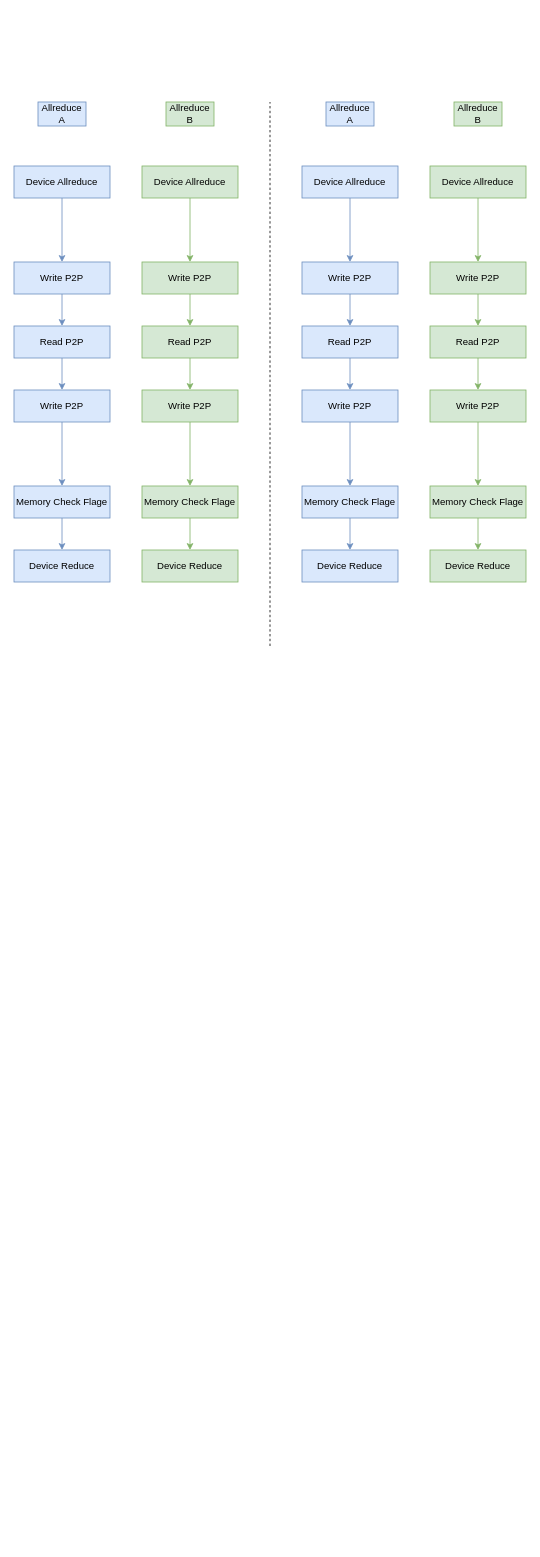
Earlier version of the draw.io diagram TCCL/DeviceSyncBlock.drawio (BEYHHH/SBLP). Source tidied: cells renumbered, new cells numbered last; positions are measured from the earlier drawing's top-left corner, leaving out a move shared by most shapes. Both pictures are drawn from the tidied source at 80%, with x=0, y=0 at pixel (14, 102).
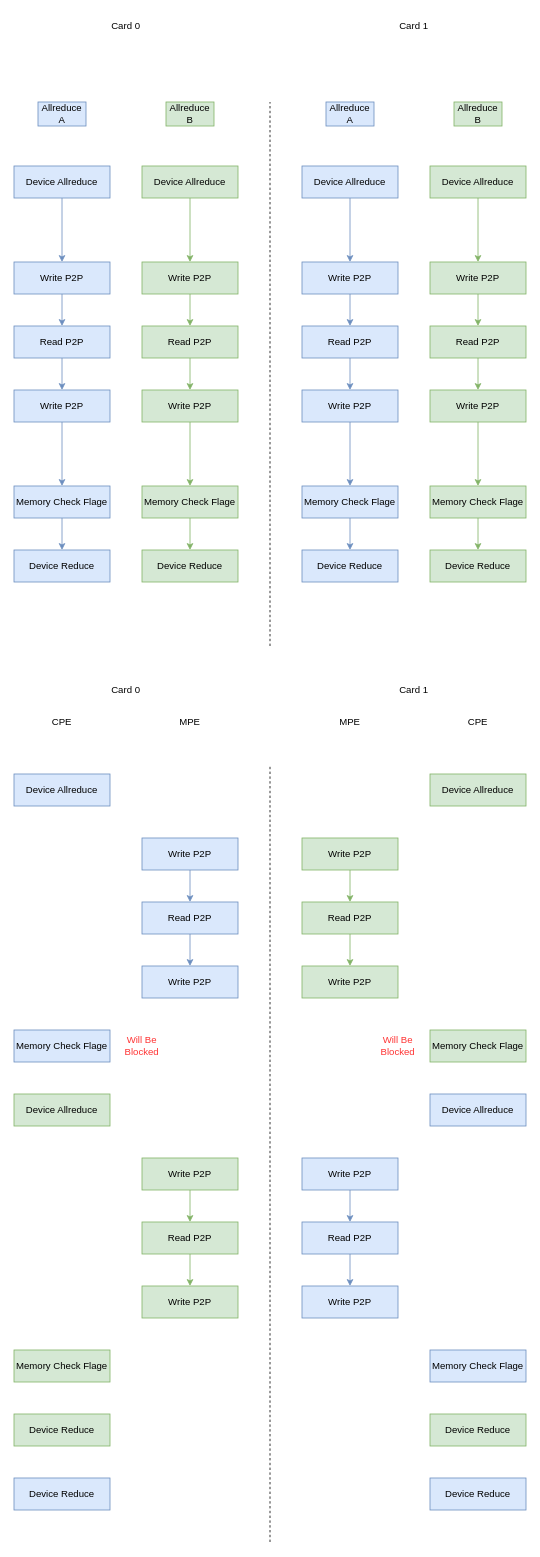
After the change.

The edit, as a diff of the source:
```diff
@@
+    <mxCell id="51" value="Card 0" style="text;html=1;strokeColor=none;fillColor=none;align=center;verticalAlign=middle;whiteSpace=wrap;rounded=0;" parent="1" vertex="1">
+      <mxGeometry x="110" y="-110" width="60" height="30" as="geometry" />
+    </mxCell>
+    <mxCell id="52" value="Card 1" style="text;html=1;strokeColor=none;fillColor=none;align=center;verticalAlign=middle;whiteSpace=wrap;rounded=0;" parent="1" vertex="1">
+      <mxGeometry x="470" y="-110" width="60" height="30" as="geometry" />
+    </mxCell>
+    <mxCell id="53" style="endArrow=none;dashed=1;html=1;rounded=0;" parent="1" edge="1">
+      <mxGeometry relative="1" as="geometry">
+        <mxPoint x="320" y="1800" as="sourcePoint" />
+        <mxPoint x="320" y="830" as="targetPoint" />
+      </mxGeometry>
+    </mxCell>
+    <mxCell id="54" value="Card 0" style="text;html=1;strokeColor=none;fillColor=none;align=center;verticalAlign=middle;whiteSpace=wrap;rounded=0;" parent="1" vertex="1">
+      <mxGeometry x="110" y="720" width="60" height="30" as="geometry" />
+    </mxCell>
+    <mxCell id="55" value="Card 1" style="text;html=1;strokeColor=none;fillColor=none;align=center;verticalAlign=middle;whiteSpace=wrap;rounded=0;" parent="1" vertex="1">
+      <mxGeometry x="470" y="720" width="60" height="30" as="geometry" />
+    </mxCell>
+    <mxCell id="56" value="Device Allreduce" style="rounded=0;whiteSpace=wrap;html=1;fillColor=#dae8fc;strokeColor=#6c8ebf;" parent="1" vertex="1">
+      <mxGeometry y="840" width="120" height="40" as="geometry" />
+    </mxCell>
+    <mxCell id="57" style="edgeStyle=orthogonalEdgeStyle;rounded=0;jettySize=auto;html=1;fillColor=#dae8fc;strokeColor=#6c8ebf;" parent="1" edge="1" source="58" target="60">
+      <mxGeometry relative="1" as="geometry" />
+    </mxCell>
+    <mxCell id="58" value="Write P2P" style="rounded=0;whiteSpace=wrap;html=1;fillColor=#dae8fc;strokeColor=#6c8ebf;" parent="1" vertex="1">
+      <mxGeometry x="160" y="920" width="120" height="40" as="geometry" />
+    </mxCell>
+    <mxCell id="59" style="edgeStyle=orthogonalEdgeStyle;rounded=0;jettySize=auto;html=1;fillColor=#dae8fc;strokeColor=#6c8ebf;" parent="1" edge="1" source="60" target="61">
+      <mxGeometry relative="1" as="geometry" />
+    </mxCell>
+    <mxCell id="60" value="Read P2P" style="rounded=0;whiteSpace=wrap;html=1;fillColor=#dae8fc;strokeColor=#6c8ebf;" parent="1" vertex="1">
+      <mxGeometry x="160" y="1000" width="120" height="40" as="geometry" />
+    </mxCell>
+    <mxCell id="61" value="Write P2P" style="rounded=0;whiteSpace=wrap;html=1;fillColor=#dae8fc;strokeColor=#6c8ebf;" parent="1" vertex="1">
+      <mxGeometry x="160" y="1080" width="120" height="40" as="geometry" />
+    </mxCell>
+    <mxCell id="62" value="Memory Check Flage" style="rounded=0;whiteSpace=wrap;html=1;fillColor=#dae8fc;strokeColor=#6c8ebf;" parent="1" vertex="1">
+      <mxGeometry y="1160" width="120" height="40" as="geometry" />
+    </mxCell>
+    <mxCell id="63" value="Device Allreduce" style="rounded=0;whiteSpace=wrap;html=1;fillColor=#d5e8d4;strokeColor=#82b366;" parent="1" vertex="1">
+      <mxGeometry x="520" y="840" width="120" height="40" as="geometry" />
+    </mxCell>
+    <mxCell id="64" style="edgeStyle=orthogonalEdgeStyle;rounded=0;jettySize=auto;html=1;fillColor=#d5e8d4;strokeColor=#82b366;" parent="1" edge="1" source="65" target="67">
+      <mxGeometry relative="1" as="geometry" />
+    </mxCell>
+    <mxCell id="65" value="Write P2P" style="rounded=0;whiteSpace=wrap;html=1;fillColor=#d5e8d4;strokeColor=#82b366;" parent="1" vertex="1">
+      <mxGeometry x="360" y="920" width="120" height="40" as="geometry" />
+    </mxCell>
+    <mxCell id="66" style="edgeStyle=orthogonalEdgeStyle;rounded=0;jettySize=auto;html=1;fillColor=#d5e8d4;strokeColor=#82b366;" parent="1" edge="1" source="67" target="68">
+      <mxGeometry relative="1" as="geometry" />
+    </mxCell>
+    <mxCell id="67" value="Read P2P" style="rounded=0;whiteSpace=wrap;html=1;fillColor=#d5e8d4;strokeColor=#82b366;" parent="1" vertex="1">
+      <mxGeometry x="360" y="1000" width="120" height="40" as="geometry" />
+    </mxCell>
+    <mxCell id="68" value="Write P2P" style="rounded=0;whiteSpace=wrap;html=1;fillColor=#d5e8d4;strokeColor=#82b366;" parent="1" vertex="1">
+      <mxGeometry x="360" y="1080" width="120" height="40" as="geometry" />
+    </mxCell>
+    <mxCell id="69" value="Memory Check Flage" style="rounded=0;whiteSpace=wrap;html=1;fillColor=#d5e8d4;strokeColor=#82b366;" parent="1" vertex="1">
+      <mxGeometry x="520" y="1160" width="120" height="40" as="geometry" />
+    </mxCell>
+    <mxCell id="70" value="Device Allreduce" style="rounded=0;whiteSpace=wrap;html=1;fillColor=#dae8fc;strokeColor=#6c8ebf;" parent="1" vertex="1">
+      <mxGeometry x="520" y="1240" width="120" height="40" as="geometry" />
+    </mxCell>
+    <mxCell id="71" style="edgeStyle=orthogonalEdgeStyle;rounded=0;jettySize=auto;html=1;fillColor=#dae8fc;strokeColor=#6c8ebf;" parent="1" edge="1" source="72" target="74">
+      <mxGeometry relative="1" as="geometry" />
+    </mxCell>
+    <mxCell id="72" value="Write P2P" style="rounded=0;whiteSpace=wrap;html=1;fillColor=#dae8fc;strokeColor=#6c8ebf;" parent="1" vertex="1">
+      <mxGeometry x="360" y="1320" width="120" height="40" as="geometry" />
+    </mxCell>
+    <mxCell id="73" style="edgeStyle=orthogonalEdgeStyle;rounded=0;jettySize=auto;html=1;fillColor=#dae8fc;strokeColor=#6c8ebf;" parent="1" edge="1" source="74" target="75">
+      <mxGeometry relative="1" as="geometry" />
+    </mxCell>
+    <mxCell id="74" value="Read P2P" style="rounded=0;whiteSpace=wrap;html=1;fillColor=#dae8fc;strokeColor=#6c8ebf;" parent="1" vertex="1">
+      <mxGeometry x="360" y="1400" width="120" height="40" as="geometry" />
+    </mxCell>
+    <mxCell id="75" value="Write P2P" style="rounded=0;whiteSpace=wrap;html=1;fillColor=#dae8fc;strokeColor=#6c8ebf;" parent="1" vertex="1">
+      <mxGeometry x="360" y="1480" width="120" height="40" as="geometry" />
+    </mxCell>
+    <mxCell id="76" value="Memory Check Flage" style="rounded=0;whiteSpace=wrap;html=1;fillColor=#dae8fc;strokeColor=#6c8ebf;" parent="1" vertex="1">
+      <mxGeometry x="520" y="1560" width="120" height="40" as="geometry" />
+    </mxCell>
+    <mxCell id="77" value="Device Reduce" style="rounded=0;whiteSpace=wrap;html=1;fillColor=#d5e8d4;strokeColor=#82b366;" parent="1" vertex="1">
+      <mxGeometry y="1640" width="120" height="40" as="geometry" />
+    </mxCell>
+    <mxCell id="78" value="Device Reduce" style="rounded=0;whiteSpace=wrap;html=1;fillColor=#dae8fc;strokeColor=#6c8ebf;" parent="1" vertex="1">
+      <mxGeometry y="1720" width="120" height="40" as="geometry" />
+    </mxCell>
+    <mxCell id="79" value="CPE" style="text;html=1;align=center;verticalAlign=middle;whiteSpace=wrap;rounded=0;" parent="1" vertex="1">
+      <mxGeometry x="30" y="760" width="60" height="30" as="geometry" />
+    </mxCell>
+    <mxCell id="80" value="MPE" style="text;html=1;align=center;verticalAlign=middle;whiteSpace=wrap;rounded=0;" parent="1" vertex="1">
+      <mxGeometry x="390" y="760" width="60" height="30" as="geometry" />
+    </mxCell>
+    <mxCell id="81" value="CPE" style="text;html=1;align=center;verticalAlign=middle;whiteSpace=wrap;rounded=0;" parent="1" vertex="1">
+      <mxGeometry x="550" y="760" width="60" height="30" as="geometry" />
+    </mxCell>
+    <mxCell id="82" value="MPE" style="text;html=1;align=center;verticalAlign=middle;whiteSpace=wrap;rounded=0;" parent="1" vertex="1">
+      <mxGeometry x="190" y="760" width="60" height="30" as="geometry" />
+    </mxCell>
+    <mxCell id="83" value="Device Allreduce" style="rounded=0;whiteSpace=wrap;html=1;fillColor=#d5e8d4;strokeColor=#82b366;" parent="1" vertex="1">
+      <mxGeometry y="1240" width="120" height="40" as="geometry" />
+    </mxCell>
+    <mxCell id="84" style="edgeStyle=orthogonalEdgeStyle;rounded=0;jettySize=auto;html=1;fillColor=#d5e8d4;strokeColor=#82b366;" parent="1" edge="1" source="85" target="87">
+      <mxGeometry relative="1" as="geometry" />
+    </mxCell>
+    <mxCell id="85" value="Write P2P" style="rounded=0;whiteSpace=wrap;html=1;fillColor=#d5e8d4;strokeColor=#82b366;" parent="1" vertex="1">
+      <mxGeometry x="160" y="1320" width="120" height="40" as="geometry" />
+    </mxCell>
+    <mxCell id="86" style="edgeStyle=orthogonalEdgeStyle;rounded=0;jettySize=auto;html=1;fillColor=#d5e8d4;strokeColor=#82b366;" parent="1" edge="1" source="87" target="88">
+      <mxGeometry relative="1" as="geometry" />
+    </mxCell>
+    <mxCell id="87" value="Read P2P" style="rounded=0;whiteSpace=wrap;html=1;fillColor=#d5e8d4;strokeColor=#82b366;" parent="1" vertex="1">
+      <mxGeometry x="160" y="1400" width="120" height="40" as="geometry" />
+    </mxCell>
+    <mxCell id="88" value="Write P2P" style="rounded=0;whiteSpace=wrap;html=1;fillColor=#d5e8d4;strokeColor=#82b366;" parent="1" vertex="1">
+      <mxGeometry x="160" y="1480" width="120" height="40" as="geometry" />
+    </mxCell>
+    <mxCell id="89" value="Memory Check Flage" style="rounded=0;whiteSpace=wrap;html=1;fillColor=#d5e8d4;strokeColor=#82b366;" parent="1" vertex="1">
+      <mxGeometry y="1560" width="120" height="40" as="geometry" />
+    </mxCell>
+    <mxCell id="90" value="Device Reduce" style="rounded=0;whiteSpace=wrap;html=1;fillColor=#d5e8d4;strokeColor=#82b366;" parent="1" vertex="1">
+      <mxGeometry x="520" y="1640" width="120" height="40" as="geometry" />
+    </mxCell>
+    <mxCell id="91" value="Device Reduce" style="rounded=0;whiteSpace=wrap;html=1;fillColor=#dae8fc;strokeColor=#6c8ebf;" parent="1" vertex="1">
+      <mxGeometry x="520" y="1720" width="120" height="40" as="geometry" />
+    </mxCell>
+    <mxCell id="92" value="&lt;font color=&quot;#ff3333&quot;&gt;Will Be Blocked&lt;/font&gt;" style="text;html=1;strokeColor=none;fillColor=none;align=center;verticalAlign=middle;whiteSpace=wrap;rounded=0;" parent="1" vertex="1">
+      <mxGeometry x="130" y="1165" width="60" height="30" as="geometry" />
+    </mxCell>
+    <mxCell id="93" value="&lt;font color=&quot;#ff3333&quot;&gt;Will Be Blocked&lt;/font&gt;" style="text;html=1;strokeColor=none;fillColor=none;align=center;verticalAlign=middle;whiteSpace=wrap;rounded=0;" parent="1" vertex="1">
+      <mxGeometry x="450" y="1165" width="60" height="30" as="geometry" />
+    </mxCell>
```
